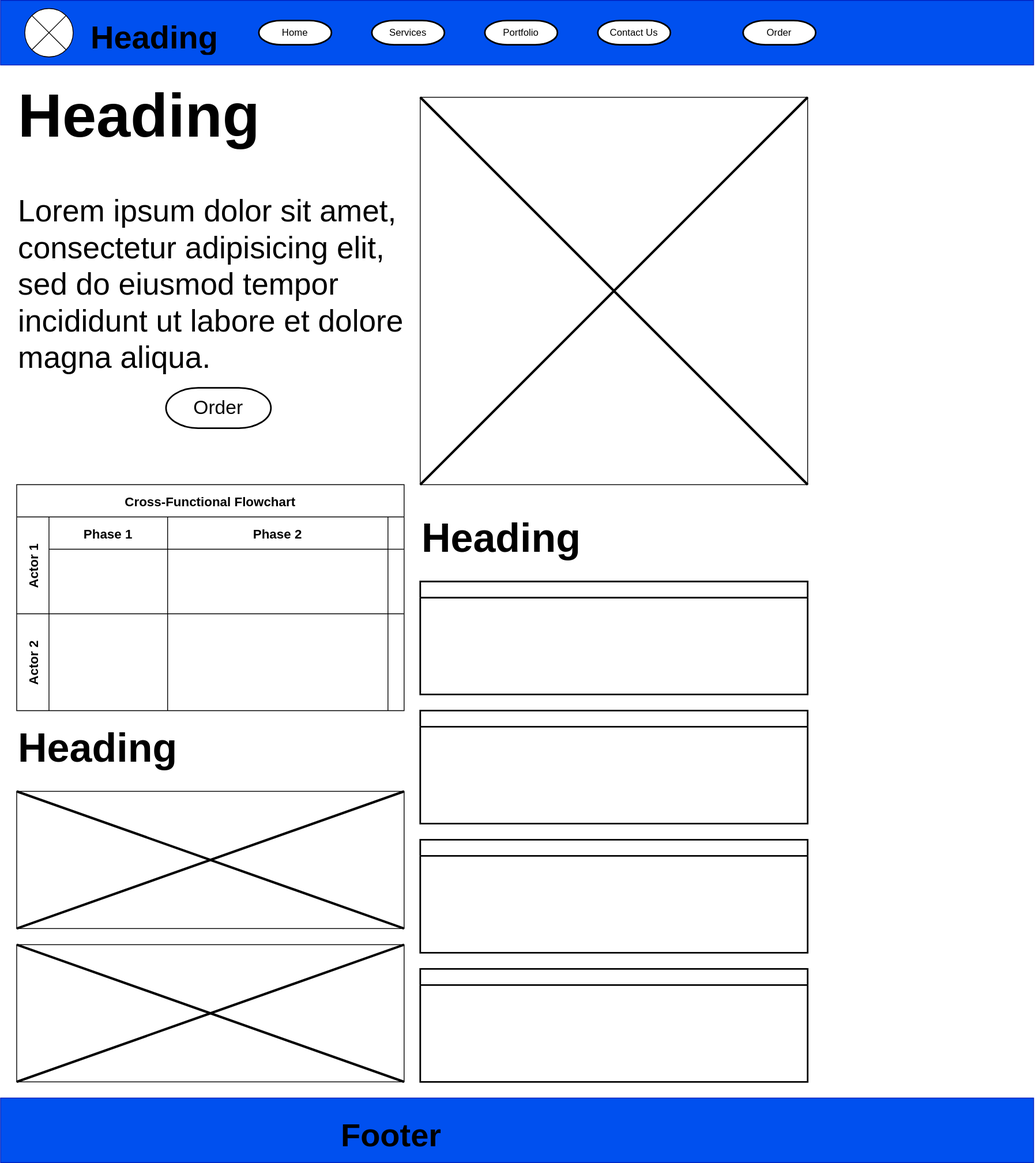
Before: images/Bigger_Whale_Desktop.svg, a diagram exported from draw.io (Carloalalan08/wdd231). Source tidied: cells renumbered, new cells last; positions are measured from the earlier drawing's top-left corner, leaving out a move shared by most shapes.
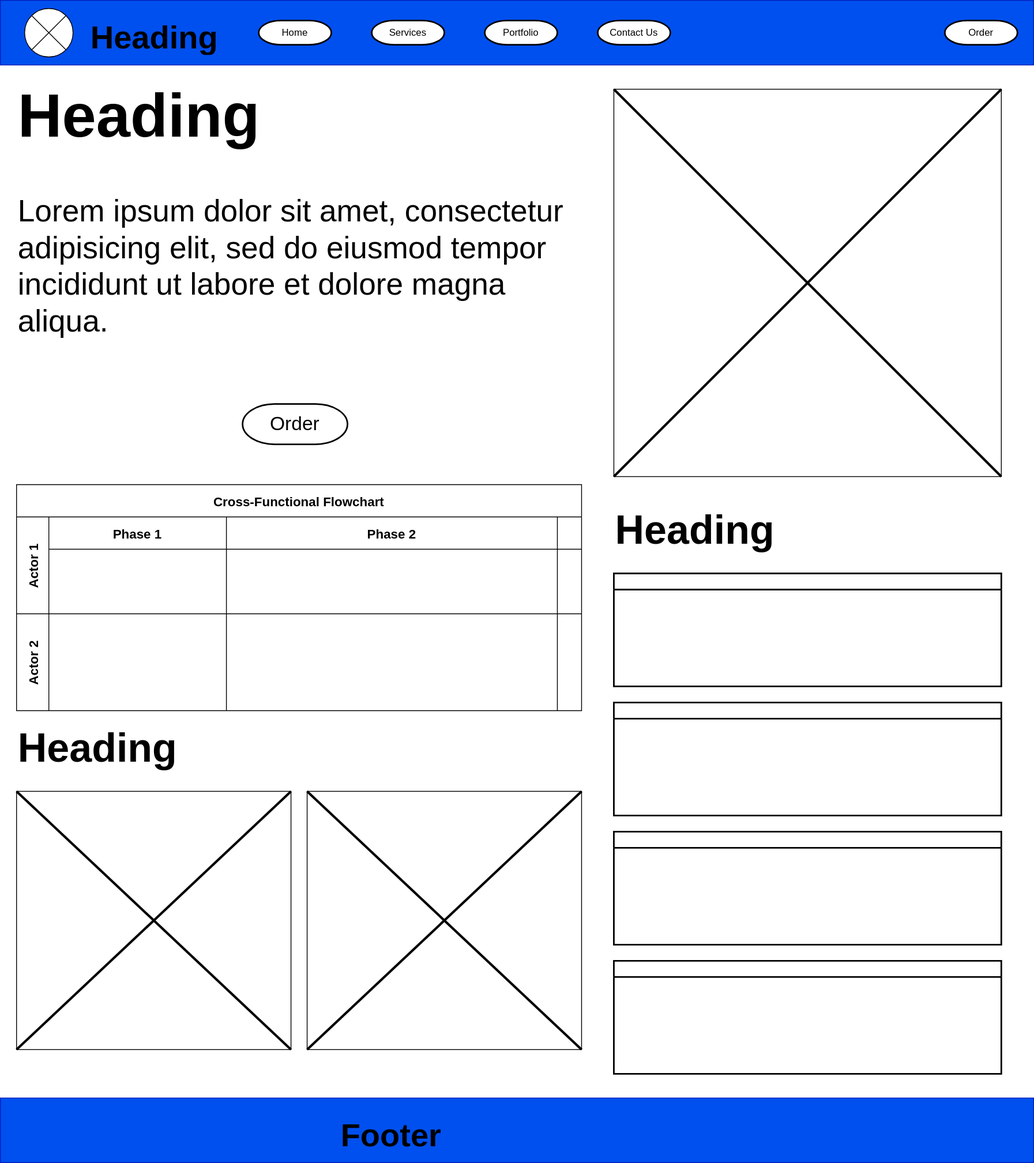
The same diagram one commit later.

What changed in the source:
```diff
@@ -27,79 +27,79 @@
       <mxGeometry x="740" y="25" width="90" height="30" as="geometry" />
     </mxCell>
     <mxCell id="10" value="Order" style="strokeWidth=2;html=1;shape=mxgraph.flowchart.terminator;whiteSpace=wrap;" parent="1" vertex="1">
-      <mxGeometry x="920" y="25" width="90" height="30" as="geometry" />
+      <mxGeometry x="1170" y="25" width="90" height="30" as="geometry" />
     </mxCell>
     <mxCell id="11" value="&lt;h1 style=&quot;margin-top: 0px;&quot;&gt;Heading&lt;/h1&gt;&lt;p&gt;Lorem ipsum dolor sit amet, consectetur adipisicing elit, sed do eiusmod tempor incididunt ut labore et dolore magna aliqua.&lt;/p&gt;" style="text;html=1;whiteSpace=wrap;overflow=hidden;rounded=0;fontSize=38;" parent="1" vertex="1">
-      <mxGeometry x="20" y="90" width="500" height="410" as="geometry" />
+      <mxGeometry x="20" y="90" width="690" height="410" as="geometry" />
     </mxCell>
     <mxCell id="12" value="Order" style="strokeWidth=2;html=1;shape=mxgraph.flowchart.terminator;whiteSpace=wrap;fontSize=24;" parent="1" vertex="1">
-      <mxGeometry x="205" y="480" width="130" height="50" as="geometry" />
+      <mxGeometry x="300" y="500" width="130" height="50" as="geometry" />
     </mxCell>
     <mxCell id="13" style="whiteSpace=wrap;html=1;" parent="1" vertex="1">
-      <mxGeometry x="520" y="120" width="480" height="480" as="geometry" />
+      <mxGeometry x="760" y="110" width="480" height="480" as="geometry" />
     </mxCell>
     <mxCell id="14" style="shape=umlDestroy;whiteSpace=wrap;html=1;strokeWidth=3;targetShapes=umlLifeline;" parent="1" vertex="1">
-      <mxGeometry x="520" y="120" width="480" height="480" as="geometry" />
+      <mxGeometry x="760" y="110" width="480" height="480" as="geometry" />
     </mxCell>
     <mxCell id="15" value="Cross-Functional Flowchart" style="shape=table;startSize=40;fontSize=16;fontStyle=1;" parent="1" vertex="1">
-      <mxGeometry x="20" y="600" width="480" height="280" as="geometry" />
+      <mxGeometry x="20" y="600" width="700" height="280" as="geometry" />
     </mxCell>
     <mxCell id="16" value="Actor 1" style="shape=tableRow;horizontal=0;swimlaneHead=0;swimlaneBody=0;top=0;left=0;strokeColor=inherit;bottom=0;right=0;fontStyle=1;fillColor=none;startSize=40;fontSize=16;" parent="15" vertex="1">
-      <mxGeometry y="40" width="480" height="120" as="geometry" />
+      <mxGeometry y="40" width="700" height="120" as="geometry" />
     </mxCell>
     <mxCell id="17" value="Phase 1" style="swimlane;swimlaneHead=0;swimlaneBody=0;fontStyle=1;strokeColor=inherit;fillColor=none;startSize=40;fontSize=16;" parent="16" vertex="1">
-      <mxGeometry x="40" width="147" height="120" as="geometry" />
+      <mxGeometry x="40" width="220" height="120" as="geometry" />
     </mxCell>
     <mxCell id="18" value="Phase 2" style="swimlane;swimlaneHead=0;swimlaneBody=0;fontStyle=1;strokeColor=inherit;fillColor=none;startSize=40;fontSize=16;" parent="16" vertex="1">
-      <mxGeometry x="187" width="273" height="120" as="geometry" />
+      <mxGeometry x="260" width="410" height="120" as="geometry" />
     </mxCell>
     <mxCell id="19" style="swimlane;swimlaneHead=0;swimlaneBody=0;fontStyle=1;strokeColor=inherit;fillColor=none;startSize=40;fontSize=16;" parent="16" vertex="1">
-      <mxGeometry x="460" width="20" height="120" as="geometry" />
+      <mxGeometry x="670" width="30" height="120" as="geometry" />
     </mxCell>
     <mxCell id="20" value="Actor 2" style="shape=tableRow;horizontal=0;swimlaneHead=0;swimlaneBody=0;top=0;left=0;strokeColor=inherit;bottom=0;right=0;fontStyle=1;fillColor=none;startSize=40;fontSize=16;" parent="15" vertex="1">
-      <mxGeometry y="160" width="480" height="120" as="geometry" />
+      <mxGeometry y="160" width="700" height="120" as="geometry" />
     </mxCell>
     <mxCell id="21" style="swimlane;swimlaneHead=0;swimlaneBody=0;fontStyle=1;strokeColor=inherit;fillColor=none;startSize=0;fontSize=16;" parent="20" vertex="1">
-      <mxGeometry x="40" width="147" height="120" as="geometry" />
+      <mxGeometry x="40" width="220" height="120" as="geometry" />
     </mxCell>
     <mxCell id="22" style="swimlane;swimlaneHead=0;swimlaneBody=0;fontStyle=1;strokeColor=inherit;fillColor=none;startSize=0;fontSize=16;" parent="20" vertex="1">
-      <mxGeometry x="187" width="273" height="120" as="geometry" />
+      <mxGeometry x="260" width="410" height="120" as="geometry" />
     </mxCell>
     <mxCell id="23" style="swimlane;swimlaneHead=0;swimlaneBody=0;fontStyle=1;strokeColor=inherit;fillColor=none;startSize=0;fontSize=16;" parent="20" vertex="1">
-      <mxGeometry x="460" width="20" height="120" as="geometry" />
+      <mxGeometry x="670" width="30" height="120" as="geometry" />
     </mxCell>
     <mxCell id="24" value="&lt;h1 style=&quot;margin-top: 0px;&quot;&gt;Heading&lt;/h1&gt;" style="text;html=1;whiteSpace=wrap;overflow=hidden;rounded=0;fontSize=25;" parent="1" vertex="1">
-      <mxGeometry x="520" y="630" width="200" height="70" as="geometry" />
+      <mxGeometry x="760" y="620" width="200" height="70" as="geometry" />
     </mxCell>
     <mxCell id="25" style="swimlane;html=1;startSize=20;fontStyle=0;horizontal=1;swimlaneLine=1;strokeWidth=2;swimlaneFillColor=#ffffff;whiteSpace=wrap;" parent="1" vertex="1">
-      <mxGeometry x="520" y="720" width="480" height="140" as="geometry" />
+      <mxGeometry x="760" y="710" width="480" height="140" as="geometry" />
     </mxCell>
     <mxCell id="26" style="swimlane;html=1;startSize=20;fontStyle=0;horizontal=1;swimlaneLine=1;strokeWidth=2;swimlaneFillColor=#ffffff;whiteSpace=wrap;" parent="1" vertex="1">
-      <mxGeometry x="520" y="880" width="480" height="140" as="geometry" />
+      <mxGeometry x="760" y="870" width="480" height="140" as="geometry" />
     </mxCell>
     <mxCell id="27" style="swimlane;html=1;startSize=20;fontStyle=0;horizontal=1;swimlaneLine=1;strokeWidth=2;swimlaneFillColor=#ffffff;whiteSpace=wrap;" parent="1" vertex="1">
-      <mxGeometry x="520" y="1040" width="480" height="140" as="geometry" />
+      <mxGeometry x="760" y="1030" width="480" height="140" as="geometry" />
     </mxCell>
     <mxCell id="28" style="swimlane;html=1;startSize=20;fontStyle=0;horizontal=1;swimlaneLine=1;strokeWidth=2;swimlaneFillColor=#ffffff;whiteSpace=wrap;" parent="1" vertex="1">
-      <mxGeometry x="520" y="1200" width="480" height="140" as="geometry" />
+      <mxGeometry x="760" y="1190" width="480" height="140" as="geometry" />
     </mxCell>
     <mxCell id="29" value="&lt;h1 style=&quot;margin-top: 0px;&quot;&gt;Heading&lt;/h1&gt;" style="text;html=1;whiteSpace=wrap;overflow=hidden;rounded=0;fontSize=25;" parent="1" vertex="1">
       <mxGeometry x="20" y="890" width="200" height="70" as="geometry" />
     </mxCell>
     <mxCell id="30" style="rounded=0;whiteSpace=wrap;html=1;" parent="1" vertex="1">
-      <mxGeometry x="20" y="980" width="480" height="170" as="geometry" />
+      <mxGeometry x="20" y="980" width="340" height="320" as="geometry" />
     </mxCell>
-    <mxCell id="31" style="rounded=0;whiteSpace=wrap;html=1;" parent="1" vertex="1">
-      <mxGeometry x="20" y="1170" width="480" height="170" as="geometry" />
-    </mxCell>
     <mxCell id="32" style="shape=umlDestroy;whiteSpace=wrap;html=1;strokeWidth=3;targetShapes=umlLifeline;" parent="1" vertex="1">
-      <mxGeometry x="20" y="980" width="480" height="170" as="geometry" />
+      <mxGeometry x="20" y="980" width="340" height="320" as="geometry" />
     </mxCell>
-    <mxCell id="33" style="shape=umlDestroy;whiteSpace=wrap;html=1;strokeWidth=3;targetShapes=umlLifeline;" parent="1" vertex="1">
-      <mxGeometry x="20" y="1170" width="480" height="170" as="geometry" />
-    </mxCell>
     <mxCell id="34" value="&lt;h1 style=&quot;margin-top: 0px;&quot;&gt;Footer&lt;/h1&gt;" style="text;html=1;whiteSpace=wrap;overflow=hidden;rounded=0;fontSize=20;" parent="1" vertex="1">
       <mxGeometry x="420" y="1375" width="170" height="50" as="geometry" />
     </mxCell>
+    <mxCell id="35" style="rounded=0;whiteSpace=wrap;html=1;" parent="1" vertex="1">
+      <mxGeometry x="380" y="980" width="340" height="320" as="geometry" />
+    </mxCell>
+    <mxCell id="36" style="shape=umlDestroy;whiteSpace=wrap;html=1;strokeWidth=3;targetShapes=umlLifeline;" parent="1" vertex="1">
+      <mxGeometry x="380" y="980" width="340" height="320" as="geometry" />
+    </mxCell>
   </root>
 </mxGraphModel>
```
